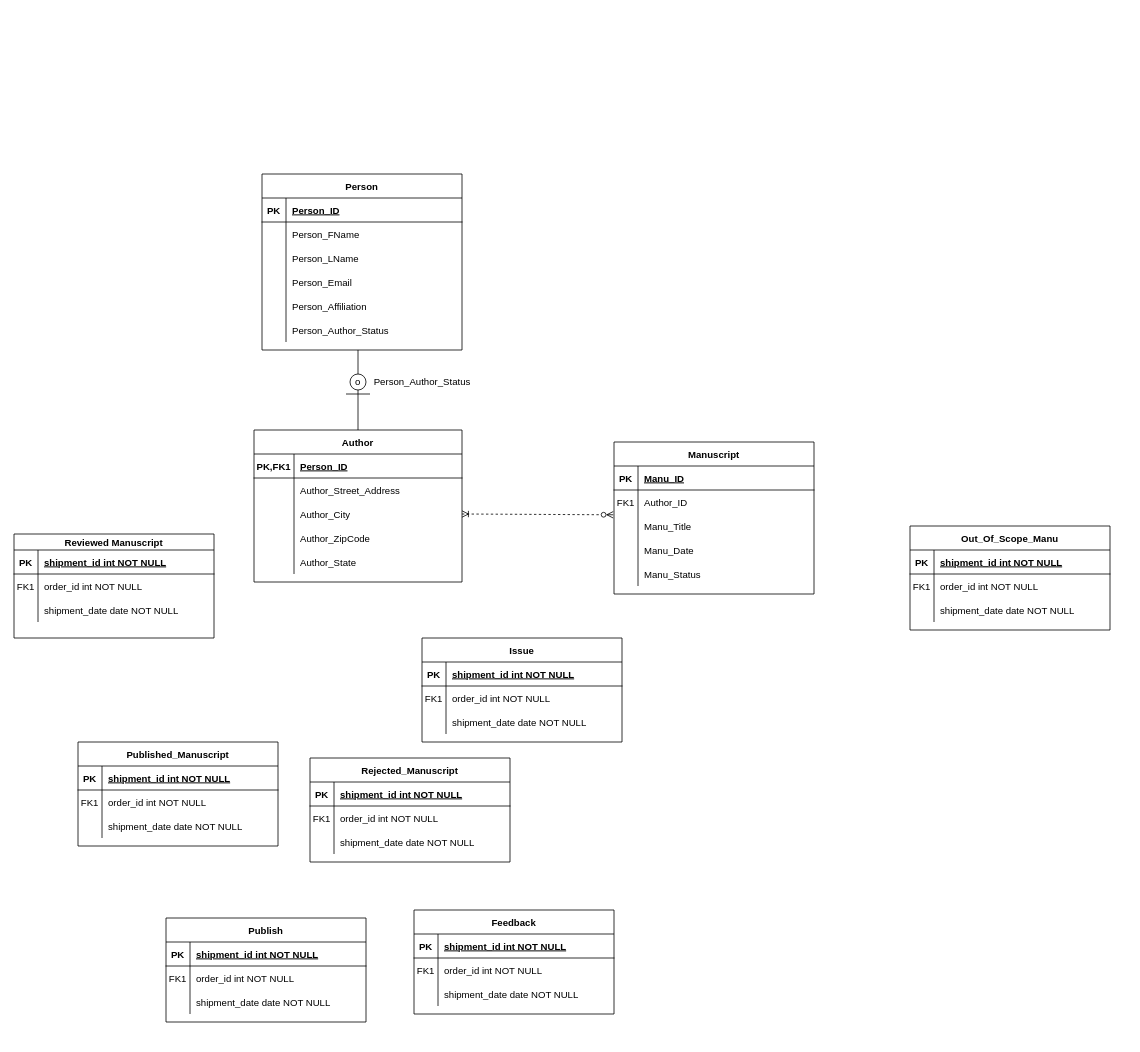
Before: Untitled Diagram.drawio in kwoehrer/DatabaseHw, a draw.io diagram. Source tidied: cells renumbered, new cells numbered last; positions are measured from the earlier drawing's top-left corner, leaving out a move shared by most shapes. Both pictures are drawn from the tidied source at 80%, with x=0, y=0 at pixel (14, 174).
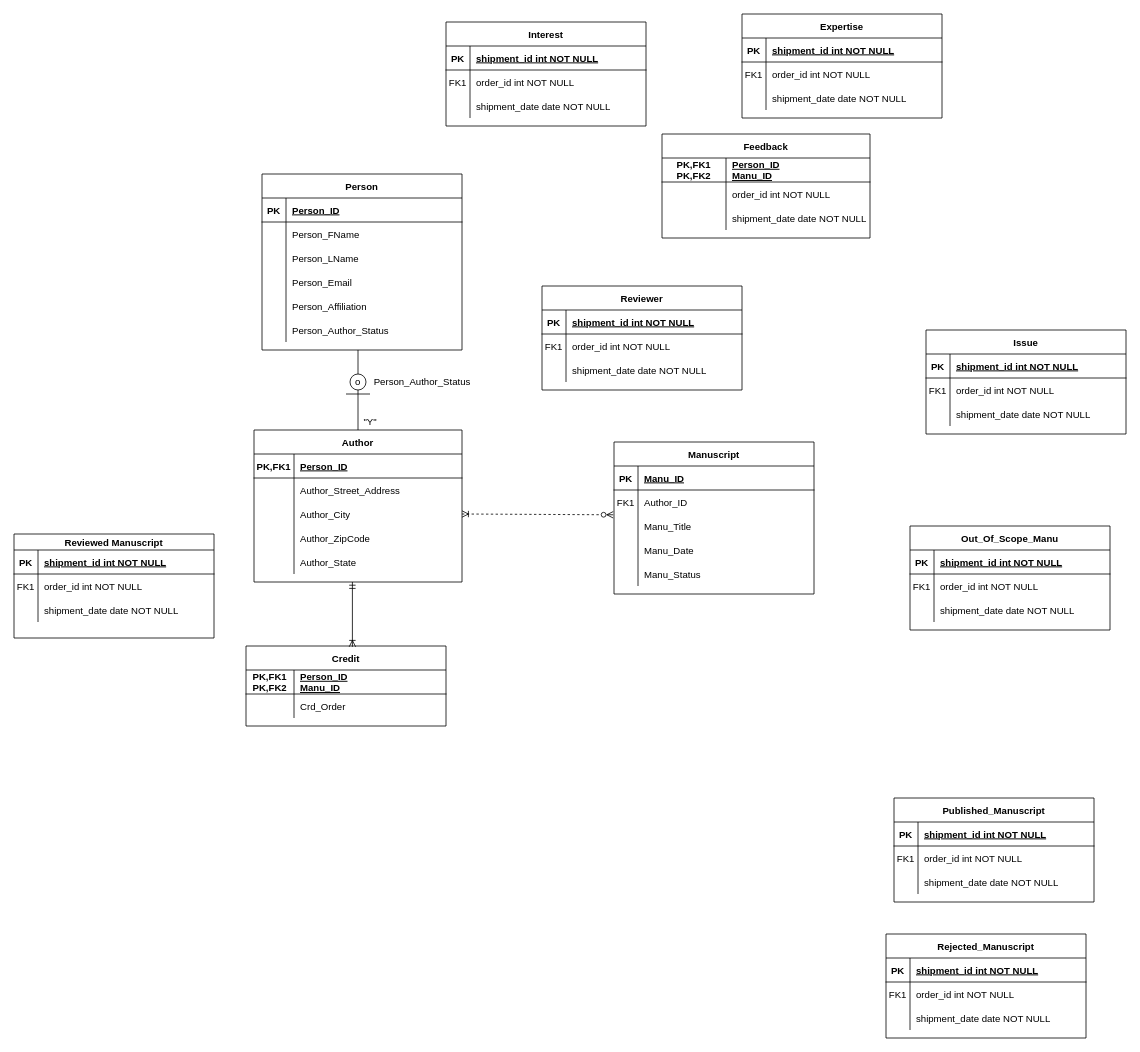
Above is the later version.

What changed in the source:
```diff
@@
     <mxCell id="63" value="Issue" style="shape=table;startSize=30;childLayout=tableLayout;rowLines=0;fontStyle=1;align=center;" parent="1" vertex="1">
-      <mxGeometry x="510" y="580" width="250" height="130" as="geometry" />
+      <mxGeometry x="1140" y="195" width="250" height="130" as="geometry" />
     </mxCell>
@@
     <mxCell id="83" value="Published_Manuscript" style="shape=table;startSize=30;childLayout=tableLayout;rowLines=0;fontStyle=1;align=center;" parent="1" vertex="1">
-      <mxGeometry x="80" y="710" width="250" height="130" as="geometry" />
+      <mxGeometry x="1100" y="780" width="250" height="130" as="geometry" />
     </mxCell>
@@
     <mxCell id="93" value="Rejected_Manuscript" style="shape=table;startSize=30;childLayout=tableLayout;rowLines=0;fontStyle=1;align=center;" parent="1" vertex="1">
-      <mxGeometry x="370" y="730" width="250" height="130" as="geometry" />
+      <mxGeometry x="1090" y="950" width="250" height="130" as="geometry" />
     </mxCell>
@@
-    <mxCell id="103" value="Publish" style="shape=table;startSize=30;childLayout=tableLayout;rowLines=0;fontStyle=1;align=center;" parent="1" vertex="1">
-      <mxGeometry x="190" y="930" width="250" height="130" as="geometry" />
+    <mxCell id="103" value="Expertise" style="shape=table;startSize=30;childLayout=tableLayout;rowLines=0;fontStyle=1;align=center;" parent="1" vertex="1">
+      <mxGeometry x="910" y="-200" width="250" height="130" as="geometry" />
     </mxCell>
@@
-    <mxCell id="113" value="Feedback" style="shape=table;startSize=30;childLayout=tableLayout;rowLines=0;fontStyle=1;align=center;" parent="1" vertex="1">
-      <mxGeometry x="500" y="920" width="250" height="130" as="geometry" />
-    </mxCell>
-    <mxCell id="114" style="shape=partialRectangle;fillColor=none;top=0;left=0;right=0;bottom=1;" parent="113" vertex="1">
-      <mxGeometry y="30" width="250" height="30" as="geometry" />
-    </mxCell>
-    <mxCell id="115" value="PK" style="shape=partialRectangle;overflow=hidden;fillColor=none;top=0;left=0;bottom=0;right=0;fontStyle=1;" parent="114" vertex="1">
-      <mxGeometry width="30" height="30" as="geometry" />
-    </mxCell>
-    <mxCell id="116" value="shipment_id int NOT NULL " style="shape=partialRectangle;overflow=hidden;fillColor=none;top=0;left=0;bottom=0;right=0;align=left;spacingLeft=6;fontStyle=5;" parent="114" vertex="1">
-      <mxGeometry x="30" width="220" height="30" as="geometry" />
-    </mxCell>
-    <mxCell id="117" style="shape=partialRectangle;fillColor=none;top=0;left=0;right=0;bottom=0;" parent="113" vertex="1">
-      <mxGeometry y="60" width="250" height="30" as="geometry" />
-    </mxCell>
-    <mxCell id="118" value="FK1" style="shape=partialRectangle;overflow=hidden;fillColor=none;top=0;left=0;bottom=0;right=0;" parent="117" vertex="1">
-      <mxGeometry width="30" height="30" as="geometry" />
-    </mxCell>
-    <mxCell id="119" value="order_id int NOT NULL" style="shape=partialRectangle;overflow=hidden;fillColor=none;top=0;left=0;bottom=0;right=0;align=left;spacingLeft=6;" parent="117" vertex="1">
-      <mxGeometry x="30" width="220" height="30" as="geometry" />
-    </mxCell>
-    <mxCell id="120" style="shape=partialRectangle;fillColor=none;top=0;left=0;right=0;bottom=0;" parent="113" vertex="1">
-      <mxGeometry y="90" width="250" height="30" as="geometry" />
-    </mxCell>
-    <mxCell id="121" style="shape=partialRectangle;overflow=hidden;fillColor=none;top=0;left=0;bottom=0;right=0;" parent="120" vertex="1">
-      <mxGeometry width="30" height="30" as="geometry" />
-    </mxCell>
-    <mxCell id="122" value="shipment_date date NOT NULL" style="shape=partialRectangle;overflow=hidden;fillColor=none;top=0;left=0;bottom=0;right=0;align=left;spacingLeft=6;" parent="120" vertex="1">
-      <mxGeometry x="30" width="220" height="30" as="geometry" />
-    </mxCell>
@@
+    <mxCell id="128" value="&quot;Y&quot;" style="text;html=1;align=center;verticalAlign=middle;strokeColor=none;fillColor=none;" parent="1" vertex="1">
+      <mxGeometry x="430" y="300" width="30" height="20" as="geometry" />
+    </mxCell>
+    <mxCell id="129" value="Credit" style="shape=table;startSize=30;childLayout=tableLayout;rowLines=0;fontStyle=1;align=center;" parent="1" vertex="1">
+      <mxGeometry x="290" y="590" width="250" height="100" as="geometry" />
+    </mxCell>
+    <mxCell id="130" style="shape=partialRectangle;fillColor=none;top=0;left=0;right=0;bottom=1;" parent="129" vertex="1">
+      <mxGeometry y="30" width="250" height="30" as="geometry" />
+    </mxCell>
+    <mxCell id="131" value="PK,FK1&#10;PK,FK2" style="shape=partialRectangle;overflow=hidden;fillColor=none;top=0;left=0;bottom=0;right=0;fontStyle=1;" parent="130" vertex="1">
+      <mxGeometry width="60" height="30" as="geometry" />
+    </mxCell>
+    <mxCell id="132" value="Person_ID&#10;Manu_ID" style="shape=partialRectangle;overflow=hidden;fillColor=none;top=0;left=0;bottom=0;right=0;align=left;spacingLeft=6;fontStyle=5;" parent="130" vertex="1">
+      <mxGeometry x="60" width="190" height="30" as="geometry" />
+    </mxCell>
+    <mxCell id="133" style="shape=partialRectangle;fillColor=none;top=0;left=0;right=0;bottom=0;" parent="129" vertex="1">
+      <mxGeometry y="60" width="250" height="30" as="geometry" />
+    </mxCell>
+    <mxCell id="134" style="shape=partialRectangle;overflow=hidden;fillColor=none;top=0;left=0;bottom=0;right=0;" parent="133" vertex="1">
+      <mxGeometry width="60" height="30" as="geometry" />
+    </mxCell>
+    <mxCell id="135" value="Crd_Order" style="shape=partialRectangle;overflow=hidden;fillColor=none;top=0;left=0;bottom=0;right=0;align=left;spacingLeft=6;" parent="133" vertex="1">
+      <mxGeometry x="60" width="190" height="30" as="geometry" />
+    </mxCell>
+    <mxCell id="136" style="endArrow=ERoneToMany;html=1;rounded=0;entryX=0.532;entryY=0.01;entryDx=0;entryDy=0;entryPerimeter=0;endFill=0;startArrow=ERmandOne;startFill=0;" parent="1" edge="1" target="129">
+      <mxGeometry relative="1" as="geometry">
+        <mxPoint x="423" y="510" as="sourcePoint" />
+      </mxGeometry>
+    </mxCell>
+    <mxCell id="113" value="Feedback" style="shape=table;startSize=30;childLayout=tableLayout;rowLines=0;fontStyle=1;align=center;" parent="1" vertex="1">
+      <mxGeometry x="810" y="-50" width="260" height="130" as="geometry" />
+    </mxCell>
+    <mxCell id="137" style="shape=partialRectangle;fillColor=none;top=0;left=0;right=0;bottom=1;" parent="113" vertex="1">
+      <mxGeometry y="30" width="260" height="30" as="geometry" />
+    </mxCell>
+    <mxCell id="138" value="PK,FK1&#10;PK,FK2" style="shape=partialRectangle;overflow=hidden;fillColor=none;top=0;left=0;bottom=0;right=0;fontStyle=1;" parent="137" vertex="1">
+      <mxGeometry width="80" height="30" as="geometry" />
+    </mxCell>
+    <mxCell id="139" value="Person_ID&#10;Manu_ID" style="shape=partialRectangle;overflow=hidden;fillColor=none;top=0;left=0;bottom=0;right=0;align=left;spacingLeft=6;fontStyle=5;" parent="137" vertex="1">
+      <mxGeometry x="80" width="180" height="30" as="geometry" />
+    </mxCell>
+    <mxCell id="140" style="shape=partialRectangle;fillColor=none;top=0;left=0;right=0;bottom=0;" parent="113" vertex="1">
+      <mxGeometry y="60" width="260" height="30" as="geometry" />
+    </mxCell>
+    <mxCell id="141" style="shape=partialRectangle;overflow=hidden;fillColor=none;top=0;left=0;bottom=0;right=0;" parent="140" vertex="1">
+      <mxGeometry width="80" height="30" as="geometry" />
+    </mxCell>
+    <mxCell id="142" value="order_id int NOT NULL" style="shape=partialRectangle;overflow=hidden;fillColor=none;top=0;left=0;bottom=0;right=0;align=left;spacingLeft=6;" parent="140" vertex="1">
+      <mxGeometry x="80" width="180" height="30" as="geometry" />
+    </mxCell>
+    <mxCell id="143" style="shape=partialRectangle;fillColor=none;top=0;left=0;right=0;bottom=0;" parent="113" vertex="1">
+      <mxGeometry y="90" width="260" height="30" as="geometry" />
+    </mxCell>
+    <mxCell id="144" style="shape=partialRectangle;overflow=hidden;fillColor=none;top=0;left=0;bottom=0;right=0;" parent="143" vertex="1">
+      <mxGeometry width="80" height="30" as="geometry" />
+    </mxCell>
+    <mxCell id="145" value="shipment_date date NOT NULL" style="shape=partialRectangle;overflow=hidden;fillColor=none;top=0;left=0;bottom=0;right=0;align=left;spacingLeft=6;" parent="143" vertex="1">
+      <mxGeometry x="80" width="180" height="30" as="geometry" />
+    </mxCell>
+    <mxCell id="146" value="Interest" style="shape=table;startSize=30;childLayout=tableLayout;rowLines=0;fontStyle=1;align=center;" parent="1" vertex="1">
+      <mxGeometry x="540" y="-190" width="250" height="130" as="geometry" />
+    </mxCell>
+    <mxCell id="147" style="shape=partialRectangle;fillColor=none;top=0;left=0;right=0;bottom=1;" parent="146" vertex="1">
+      <mxGeometry y="30" width="250" height="30" as="geometry" />
+    </mxCell>
+    <mxCell id="148" value="PK" style="shape=partialRectangle;overflow=hidden;fillColor=none;top=0;left=0;bottom=0;right=0;fontStyle=1;" parent="147" vertex="1">
+      <mxGeometry width="30" height="30" as="geometry" />
+    </mxCell>
+    <mxCell id="149" value="shipment_id int NOT NULL " style="shape=partialRectangle;overflow=hidden;fillColor=none;top=0;left=0;bottom=0;right=0;align=left;spacingLeft=6;fontStyle=5;" parent="147" vertex="1">
+      <mxGeometry x="30" width="220" height="30" as="geometry" />
+    </mxCell>
+    <mxCell id="150" style="shape=partialRectangle;fillColor=none;top=0;left=0;right=0;bottom=0;" parent="146" vertex="1">
+      <mxGeometry y="60" width="250" height="30" as="geometry" />
+    </mxCell>
+    <mxCell id="151" value="FK1" style="shape=partialRectangle;overflow=hidden;fillColor=none;top=0;left=0;bottom=0;right=0;" parent="150" vertex="1">
+      <mxGeometry width="30" height="30" as="geometry" />
+    </mxCell>
+    <mxCell id="152" value="order_id int NOT NULL" style="shape=partialRectangle;overflow=hidden;fillColor=none;top=0;left=0;bottom=0;right=0;align=left;spacingLeft=6;" parent="150" vertex="1">
+      <mxGeometry x="30" width="220" height="30" as="geometry" />
+    </mxCell>
+    <mxCell id="153" style="shape=partialRectangle;fillColor=none;top=0;left=0;right=0;bottom=0;" parent="146" vertex="1">
+      <mxGeometry y="90" width="250" height="30" as="geometry" />
+    </mxCell>
+    <mxCell id="154" style="shape=partialRectangle;overflow=hidden;fillColor=none;top=0;left=0;bottom=0;right=0;" parent="153" vertex="1">
+      <mxGeometry width="30" height="30" as="geometry" />
+    </mxCell>
+    <mxCell id="155" value="shipment_date date NOT NULL" style="shape=partialRectangle;overflow=hidden;fillColor=none;top=0;left=0;bottom=0;right=0;align=left;spacingLeft=6;" parent="153" vertex="1">
+      <mxGeometry x="30" width="220" height="30" as="geometry" />
+    </mxCell>
+    <mxCell id="156" value="Reviewer" style="shape=table;startSize=30;childLayout=tableLayout;rowLines=0;fontStyle=1;align=center;" parent="1" vertex="1">
+      <mxGeometry x="660" y="140" width="250" height="130" as="geometry" />
+    </mxCell>
+    <mxCell id="157" style="shape=partialRectangle;fillColor=none;top=0;left=0;right=0;bottom=1;" parent="156" vertex="1">
+      <mxGeometry y="30" width="250" height="30" as="geometry" />
+    </mxCell>
+    <mxCell id="158" value="PK" style="shape=partialRectangle;overflow=hidden;fillColor=none;top=0;left=0;bottom=0;right=0;fontStyle=1;" parent="157" vertex="1">
+      <mxGeometry width="30" height="30" as="geometry" />
+    </mxCell>
+    <mxCell id="159" value="shipment_id int NOT NULL " style="shape=partialRectangle;overflow=hidden;fillColor=none;top=0;left=0;bottom=0;right=0;align=left;spacingLeft=6;fontStyle=5;" parent="157" vertex="1">
+      <mxGeometry x="30" width="220" height="30" as="geometry" />
+    </mxCell>
+    <mxCell id="160" style="shape=partialRectangle;fillColor=none;top=0;left=0;right=0;bottom=0;" parent="156" vertex="1">
+      <mxGeometry y="60" width="250" height="30" as="geometry" />
+    </mxCell>
+    <mxCell id="161" value="FK1" style="shape=partialRectangle;overflow=hidden;fillColor=none;top=0;left=0;bottom=0;right=0;" parent="160" vertex="1">
+      <mxGeometry width="30" height="30" as="geometry" />
+    </mxCell>
+    <mxCell id="162" value="order_id int NOT NULL" style="shape=partialRectangle;overflow=hidden;fillColor=none;top=0;left=0;bottom=0;right=0;align=left;spacingLeft=6;" parent="160" vertex="1">
+      <mxGeometry x="30" width="220" height="30" as="geometry" />
+    </mxCell>
+    <mxCell id="163" style="shape=partialRectangle;fillColor=none;top=0;left=0;right=0;bottom=0;" parent="156" vertex="1">
+      <mxGeometry y="90" width="250" height="30" as="geometry" />
+    </mxCell>
+    <mxCell id="164" style="shape=partialRectangle;overflow=hidden;fillColor=none;top=0;left=0;bottom=0;right=0;" parent="163" vertex="1">
+      <mxGeometry width="30" height="30" as="geometry" />
+    </mxCell>
+    <mxCell id="165" value="shipment_date date NOT NULL" style="shape=partialRectangle;overflow=hidden;fillColor=none;top=0;left=0;bottom=0;right=0;align=left;spacingLeft=6;" parent="163" vertex="1">
+      <mxGeometry x="30" width="220" height="30" as="geometry" />
+    </mxCell>
```
